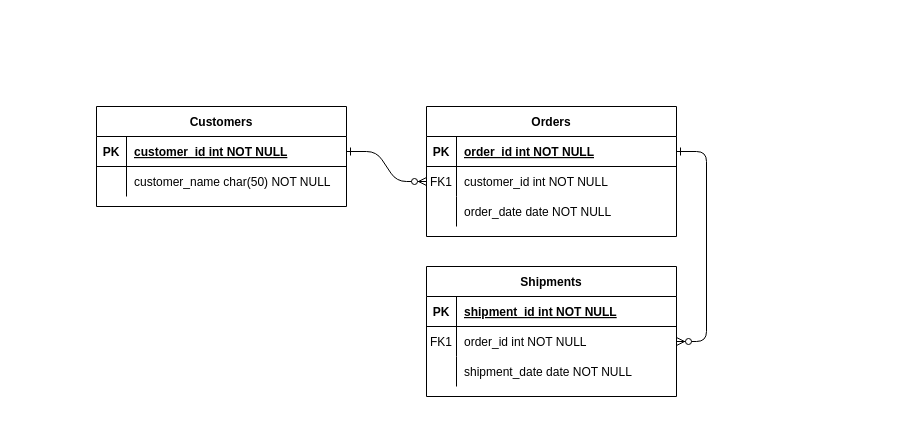
The draw.io diagram Untitled Diagram.drawio in Tavares264/Project_PccFit, before the edit. Source tidied: cells renumbered, new cells numbered last; positions are measured from the earlier drawing's top-left corner, leaving out a move shared by most shapes. Both pictures are drawn from the tidied source at 100%, with x=0, y=0 at pixel (96, 106).
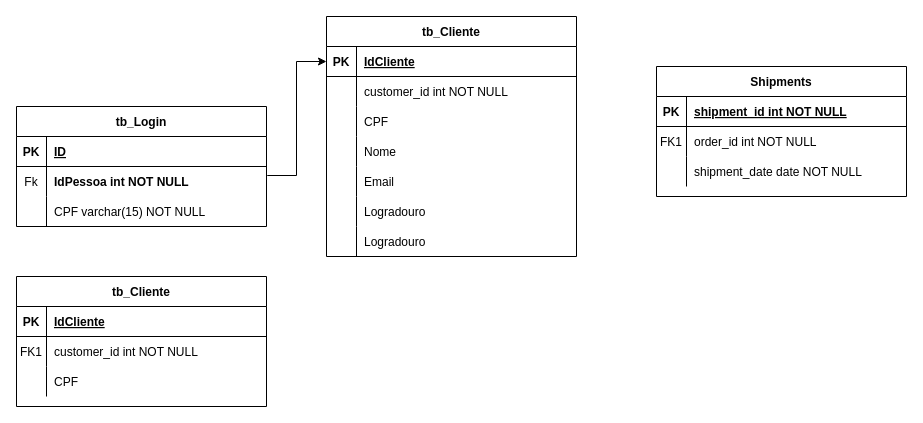
Above is the later version.

The change refers to these unchanged cells:
```xml
<mxCell id="5" style="shape=partialRectangle;fillColor=none;points=[[0,0.5],[1,0.5]];portConstraint=eastwest;top=0;left=0;right=0;bottom=1;" parent="4" vertex="1">
  <mxGeometry y="30" width="250" height="30" as="geometry" />
</mxCell>
<mxCell id="8" style="shape=partialRectangle;fillColor=none;points=[[0,0.5],[1,0.5]];portConstraint=eastwest;top=0;left=0;right=0;bottom=0;" parent="4" vertex="1">
  <mxGeometry y="60" width="250" height="30" as="geometry" />
</mxCell>
<mxCell id="11" style="shape=partialRectangle;fillColor=none;top=0;left=0;right=0;bottom=0;" parent="4" vertex="1">
  <mxGeometry y="90" width="250" height="30" as="geometry" />
</mxCell>
<mxCell id="18" style="shape=partialRectangle;fillColor=none;points=[[0,0.5],[1,0.5]];portConstraint=eastwest;top=0;left=0;right=0;bottom=0;" parent="14" vertex="1">
  <mxGeometry y="60" width="250" height="30" as="geometry" />
</mxCell>
<mxCell id="25" style="shape=partialRectangle;fillColor=none;points=[[0,0.5],[1,0.5]];portConstraint=eastwest;top=0;left=0;right=0;bottom=1;" parent="24" vertex="1">
  <mxGeometry y="30" width="250" height="30" as="geometry" />
</mxCell>
<mxCell id="28" style="shape=partialRectangle;fillColor=none;points=[[0,0.5],[1,0.5]];portConstraint=eastwest;top=0;left=0;right=0;bottom=0;" parent="24" vertex="1">
  <mxGeometry y="60" width="250" height="30" as="geometry" />
</mxCell>
```

The edit, as a diff of the source:
```diff
@@
-    <mxCell id="2" style="edgeStyle=entityRelationEdgeStyle;endArrow=ERzeroToMany;startArrow=ERone;endFill=1;startFill=0;" parent="1" edge="1" source="25" target="8">
-      <mxGeometry relative="1" as="geometry" />
-    </mxCell>
-    <mxCell id="3" style="edgeStyle=entityRelationEdgeStyle;endArrow=ERzeroToMany;startArrow=ERone;endFill=1;startFill=0;" parent="1" edge="1" source="5" target="18">
-      <mxGeometry relative="1" as="geometry" />
-    </mxCell>
-    <mxCell id="4" value="Orders" style="shape=table;startSize=30;childLayout=tableLayout;rowLines=0;fontStyle=1;align=center;" parent="1" vertex="1">
-      <mxGeometry x="330" width="250" height="130" as="geometry" />
+    <mxCell id="4" value="tb_Cliente" style="shape=table;startSize=30;childLayout=tableLayout;rowLines=0;fontStyle=1;align=center;" parent="1" vertex="1">
+      <mxGeometry x="230" y="-90" width="250" height="240" as="geometry" />
     </mxCell>
@@
-    <mxCell id="7" value="order_id int NOT NULL " style="shape=partialRectangle;overflow=hidden;fillColor=none;top=0;left=0;bottom=0;right=0;align=left;spacingLeft=6;fontStyle=5;" parent="5" vertex="1">
+    <mxCell id="7" value="IdCliente" style="shape=partialRectangle;overflow=hidden;fillColor=none;top=0;left=0;bottom=0;right=0;align=left;spacingLeft=6;fontStyle=5;" parent="5" vertex="1">
       <mxGeometry x="30" width="220" height="30" as="geometry" />
     </mxCell>
@@
-    <mxCell id="9" value="FK1" style="shape=partialRectangle;overflow=hidden;fillColor=none;top=0;left=0;bottom=0;right=0;" parent="8" vertex="1">
+    <mxCell id="9" style="shape=partialRectangle;overflow=hidden;fillColor=none;top=0;left=0;bottom=0;right=0;" parent="8" vertex="1">
       <mxGeometry width="30" height="30" as="geometry" />
     </mxCell>
@@
-    <mxCell id="13" value="order_date date NOT NULL" style="shape=partialRectangle;overflow=hidden;fillColor=none;top=0;left=0;bottom=0;right=0;align=left;spacingLeft=6;" parent="11" vertex="1">
+    <mxCell id="13" value="CPF" style="shape=partialRectangle;overflow=hidden;fillColor=none;top=0;left=0;bottom=0;right=0;align=left;spacingLeft=6;" parent="11" vertex="1">
       <mxGeometry x="30" width="220" height="30" as="geometry" />
     </mxCell>
+    <mxCell id="31" style="shape=partialRectangle;fillColor=none;top=0;left=0;right=0;bottom=0;" parent="4" vertex="1">
+      <mxGeometry y="120" width="250" height="30" as="geometry" />
+    </mxCell>
+    <mxCell id="32" style="shape=partialRectangle;overflow=hidden;fillColor=none;top=0;left=0;bottom=0;right=0;" parent="31" vertex="1">
+      <mxGeometry width="30" height="30" as="geometry" />
+    </mxCell>
+    <mxCell id="33" value="Nome" style="shape=partialRectangle;overflow=hidden;fillColor=none;top=0;left=0;bottom=0;right=0;align=left;spacingLeft=6;" parent="31" vertex="1">
+      <mxGeometry x="30" width="220" height="30" as="geometry" />
+    </mxCell>
+    <mxCell id="34" style="shape=partialRectangle;fillColor=none;top=0;left=0;right=0;bottom=0;" parent="4" vertex="1">
+      <mxGeometry y="150" width="250" height="30" as="geometry" />
+    </mxCell>
+    <mxCell id="35" style="shape=partialRectangle;overflow=hidden;fillColor=none;top=0;left=0;bottom=0;right=0;" parent="34" vertex="1">
+      <mxGeometry width="30" height="30" as="geometry" />
+    </mxCell>
+    <mxCell id="36" value="Email" style="shape=partialRectangle;overflow=hidden;fillColor=none;top=0;left=0;bottom=0;right=0;align=left;spacingLeft=6;" parent="34" vertex="1">
+      <mxGeometry x="30" width="220" height="30" as="geometry" />
+    </mxCell>
+    <mxCell id="37" style="shape=partialRectangle;fillColor=none;top=0;left=0;right=0;bottom=0;" parent="4" vertex="1">
+      <mxGeometry y="180" width="250" height="30" as="geometry" />
+    </mxCell>
+    <mxCell id="38" style="shape=partialRectangle;overflow=hidden;fillColor=none;top=0;left=0;bottom=0;right=0;" parent="37" vertex="1">
+      <mxGeometry width="30" height="30" as="geometry" />
+    </mxCell>
+    <mxCell id="39" value="Logradouro" style="shape=partialRectangle;overflow=hidden;fillColor=none;top=0;left=0;bottom=0;right=0;align=left;spacingLeft=6;" parent="37" vertex="1">
+      <mxGeometry x="30" width="220" height="30" as="geometry" />
+    </mxCell>
+    <mxCell id="40" style="shape=partialRectangle;fillColor=none;top=0;left=0;right=0;bottom=0;" parent="4" vertex="1">
+      <mxGeometry y="210" width="250" height="30" as="geometry" />
+    </mxCell>
+    <mxCell id="41" style="shape=partialRectangle;overflow=hidden;fillColor=none;top=0;left=0;bottom=0;right=0;" parent="40" vertex="1">
+      <mxGeometry width="30" height="30" as="geometry" />
+    </mxCell>
+    <mxCell id="42" value="Logradouro" style="shape=partialRectangle;overflow=hidden;fillColor=none;top=0;left=0;bottom=0;right=0;align=left;spacingLeft=6;" parent="40" vertex="1">
+      <mxGeometry x="30" width="220" height="30" as="geometry" />
+    </mxCell>
     <mxCell id="14" value="Shipments" style="shape=table;startSize=30;childLayout=tableLayout;rowLines=0;fontStyle=1;align=center;" parent="1" vertex="1">
-      <mxGeometry x="330" y="160" width="250" height="130" as="geometry" />
+      <mxGeometry x="560" y="-40" width="250" height="130" as="geometry" />
     </mxCell>
@@
-    <mxCell id="24" value="Customers" style="shape=table;startSize=30;childLayout=tableLayout;rowLines=0;fontStyle=1;align=center;" parent="1" vertex="1">
-      <mxGeometry width="250" height="100" as="geometry" />
+    <mxCell id="24" value="tb_Login" style="shape=table;startSize=30;childLayout=tableLayout;rowLines=0;fontStyle=1;align=center;" parent="1" vertex="1">
+      <mxGeometry x="-80" width="250" height="120" as="geometry" />
     </mxCell>
@@
-    <mxCell id="27" value="customer_id int NOT NULL " style="shape=partialRectangle;overflow=hidden;fillColor=none;top=0;left=0;bottom=0;right=0;align=left;spacingLeft=6;fontStyle=5;" parent="25" vertex="1">
+    <mxCell id="27" value="ID" style="shape=partialRectangle;overflow=hidden;fillColor=none;top=0;left=0;bottom=0;right=0;align=left;spacingLeft=6;fontStyle=5;" parent="25" vertex="1">
       <mxGeometry x="30" width="220" height="30" as="geometry" />
     </mxCell>
@@
-    <mxCell id="29" style="shape=partialRectangle;overflow=hidden;fillColor=none;top=0;left=0;bottom=0;right=0;" parent="28" vertex="1">
+    <mxCell id="29" value="Fk" style="shape=partialRectangle;overflow=hidden;fillColor=none;top=0;left=0;bottom=0;right=0;" parent="28" vertex="1">
       <mxGeometry width="30" height="30" as="geometry" />
     </mxCell>
-    <mxCell id="30" value="customer_name char(50) NOT NULL" style="shape=partialRectangle;overflow=hidden;fillColor=none;top=0;left=0;bottom=0;right=0;align=left;spacingLeft=6;" parent="28" vertex="1">
+    <mxCell id="30" value="IdPessoa int NOT NULL" style="shape=partialRectangle;overflow=hidden;fillColor=none;top=0;left=0;bottom=0;right=0;align=left;spacingLeft=6;fontStyle=1;" parent="28" vertex="1">
       <mxGeometry x="30" width="220" height="30" as="geometry" />
     </mxCell>
+    <mxCell id="43" style="shape=partialRectangle;fillColor=none;top=0;left=0;right=0;bottom=0;" parent="24" vertex="1">
+      <mxGeometry y="90" width="250" height="30" as="geometry" />
+    </mxCell>
+    <mxCell id="44" style="shape=partialRectangle;overflow=hidden;fillColor=none;top=0;left=0;bottom=0;right=0;" parent="43" vertex="1">
+      <mxGeometry width="30" height="30" as="geometry" />
+    </mxCell>
+    <mxCell id="45" value="CPF varchar(15) NOT NULL" style="shape=partialRectangle;overflow=hidden;fillColor=none;top=0;left=0;bottom=0;right=0;align=left;spacingLeft=6;fontStyle=0;" parent="43" vertex="1">
+      <mxGeometry x="30" width="220" height="30" as="geometry" />
+    </mxCell>
+    <mxCell id="46" style="edgeStyle=orthogonalEdgeStyle;rounded=0;jettySize=auto;html=1;exitX=1.003;exitY=0.3;exitDx=0;exitDy=0;entryX=0;entryY=0.5;entryDx=0;entryDy=0;exitPerimeter=0;" parent="1" edge="1" source="28" target="5">
+      <mxGeometry relative="1" as="geometry" />
+    </mxCell>
+    <mxCell id="47" value="tb_Cliente" style="shape=table;startSize=30;childLayout=tableLayout;rowLines=0;fontStyle=1;align=center;" parent="1" vertex="1">
+      <mxGeometry x="-80" y="170" width="250" height="130" as="geometry" />
+    </mxCell>
+    <mxCell id="48" style="shape=partialRectangle;fillColor=none;top=0;left=0;right=0;bottom=1;" parent="47" vertex="1">
+      <mxGeometry y="30" width="250" height="30" as="geometry" />
+    </mxCell>
+    <mxCell id="49" value="PK" style="shape=partialRectangle;overflow=hidden;fillColor=none;top=0;left=0;bottom=0;right=0;fontStyle=1;" parent="48" vertex="1">
+      <mxGeometry width="30" height="30" as="geometry" />
+    </mxCell>
+    <mxCell id="50" value="IdCliente" style="shape=partialRectangle;overflow=hidden;fillColor=none;top=0;left=0;bottom=0;right=0;align=left;spacingLeft=6;fontStyle=5;" parent="48" vertex="1">
+      <mxGeometry x="30" width="220" height="30" as="geometry" />
+    </mxCell>
+    <mxCell id="51" style="shape=partialRectangle;fillColor=none;top=0;left=0;right=0;bottom=0;" parent="47" vertex="1">
+      <mxGeometry y="60" width="250" height="30" as="geometry" />
+    </mxCell>
+    <mxCell id="52" value="FK1" style="shape=partialRectangle;overflow=hidden;fillColor=none;top=0;left=0;bottom=0;right=0;" parent="51" vertex="1">
+      <mxGeometry width="30" height="30" as="geometry" />
+    </mxCell>
+    <mxCell id="53" value="customer_id int NOT NULL" style="shape=partialRectangle;overflow=hidden;fillColor=none;top=0;left=0;bottom=0;right=0;align=left;spacingLeft=6;" parent="51" vertex="1">
+      <mxGeometry x="30" width="220" height="30" as="geometry" />
+    </mxCell>
+    <mxCell id="54" style="shape=partialRectangle;fillColor=none;top=0;left=0;right=0;bottom=0;" parent="47" vertex="1">
+      <mxGeometry y="90" width="250" height="30" as="geometry" />
+    </mxCell>
+    <mxCell id="55" style="shape=partialRectangle;overflow=hidden;fillColor=none;top=0;left=0;bottom=0;right=0;" parent="54" vertex="1">
+      <mxGeometry width="30" height="30" as="geometry" />
+    </mxCell>
+    <mxCell id="56" value="CPF" style="shape=partialRectangle;overflow=hidden;fillColor=none;top=0;left=0;bottom=0;right=0;align=left;spacingLeft=6;" parent="54" vertex="1">
+      <mxGeometry x="30" width="220" height="30" as="geometry" />
+    </mxCell>
```
